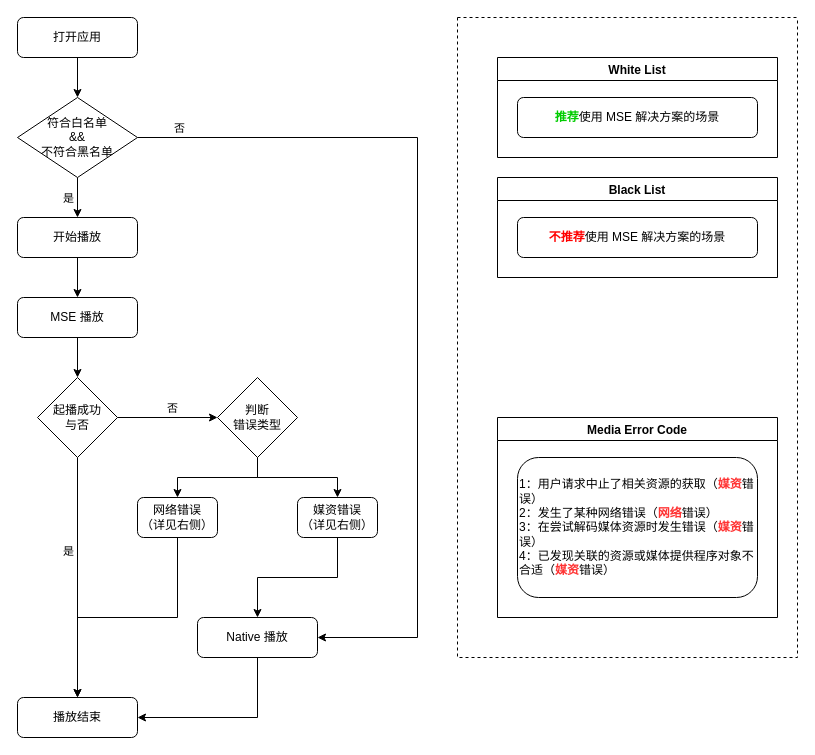
This is HiPlayer.drawio from LeeDebug/drawio, a draw.io file, before an edit. Source tidied: cells renumbered, new cells numbered last; positions are measured from the earlier drawing's top-left corner, leaving out a move shared by most shapes. Both pictures are drawn from the tidied source at 100%, with x=0, y=0 at pixel (17, 17).
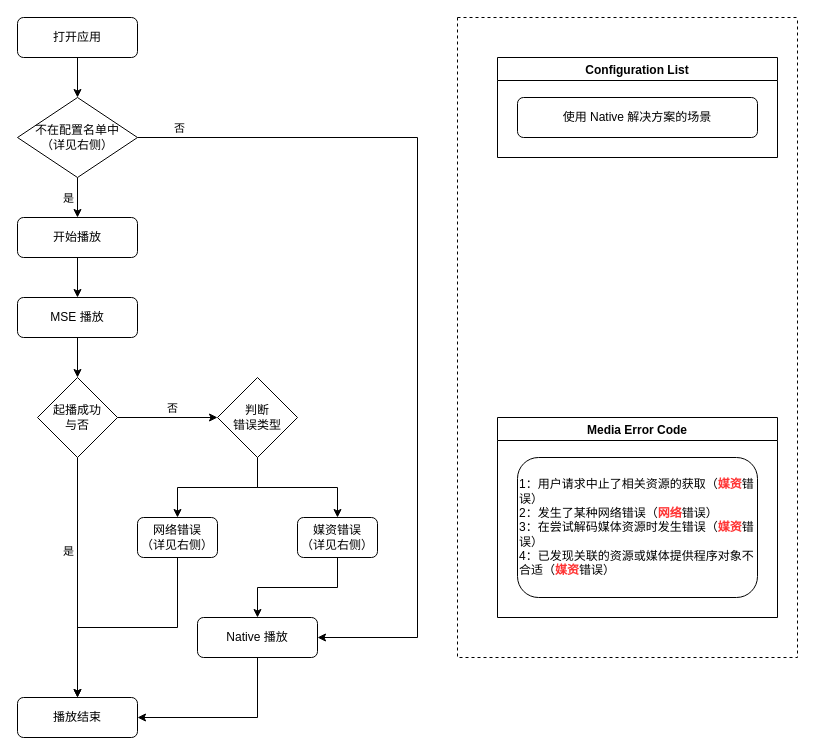
The same page after the edit.

The change refers to these unchanged cells:
```xml
<mxCell id="28" style="swimlane;startSize=0;rounded=0;shadow=0;dashed=1;fontSize=12;fillColor=none;" parent="1" vertex="1">
  <mxGeometry x="440" width="340" height="640" as="geometry" />
</mxCell>
```

Change to the diagram source:
```diff
@@
     <mxCell id="20" value="网络错误&lt;br&gt;（详见右侧）" style="rounded=1;whiteSpace=wrap;html=1;" parent="1" vertex="1">
-      <mxGeometry x="120" y="480" width="80" height="40" as="geometry" />
+      <mxGeometry x="120" y="500" width="80" height="40" as="geometry" />
     </mxCell>
@@
     <mxCell id="22" value="媒资错误&lt;br&gt;（详见右侧）" style="rounded=1;whiteSpace=wrap;html=1;" parent="1" vertex="1">
-      <mxGeometry x="280" y="480" width="80" height="40" as="geometry" />
+      <mxGeometry x="280" y="500" width="80" height="40" as="geometry" />
     </mxCell>
@@
-    <mxCell id="27" value="符合白名单&lt;br&gt;&amp;amp;&amp;amp;&lt;br&gt;不符合黑名单" style="rhombus;whiteSpace=wrap;html=1;" parent="1" vertex="1">
+    <mxCell id="27" value="不在配置名单中&lt;br&gt;（详见右侧）" style="rhombus;whiteSpace=wrap;html=1;" parent="1" vertex="1">
       <mxGeometry y="80" width="120" height="80" as="geometry" />
     </mxCell>
@@
-    <mxCell id="29" value="White List" style="swimlane;startSize=23;" parent="28" vertex="1">
+    <mxCell id="29" value="Configuration List" style="swimlane;startSize=23;" parent="28" vertex="1">
       <mxGeometry x="40" y="40" width="280" height="100" as="geometry" />
     </mxCell>
-    <mxCell id="30" value="&lt;font color=&quot;#00cc00&quot;&gt;&lt;b&gt;推荐&lt;/b&gt;&lt;/font&gt;使用 MSE 解决方案的场景" style="rounded=1;whiteSpace=wrap;html=1;align=center;" parent="29" vertex="1">
+    <mxCell id="30" value="使用 Native 解决方案的场景" style="rounded=1;whiteSpace=wrap;html=1;align=center;" parent="29" vertex="1">
       <mxGeometry x="20" y="40" width="240" height="40" as="geometry" />
     </mxCell>
-    <mxCell id="31" value="Black List" style="swimlane;startSize=23;" parent="28" vertex="1">
-      <mxGeometry x="40" y="160" width="280" height="100" as="geometry" />
-    </mxCell>
-    <mxCell id="32" value="&lt;font color=&quot;#ff0000&quot;&gt;&lt;b&gt;不推荐&lt;/b&gt;&lt;/font&gt;使用 MSE 解决方案的场景" style="rounded=1;whiteSpace=wrap;html=1;align=center;" parent="31" vertex="1">
-      <mxGeometry x="20" y="40" width="240" height="40" as="geometry" />
-    </mxCell>
```
